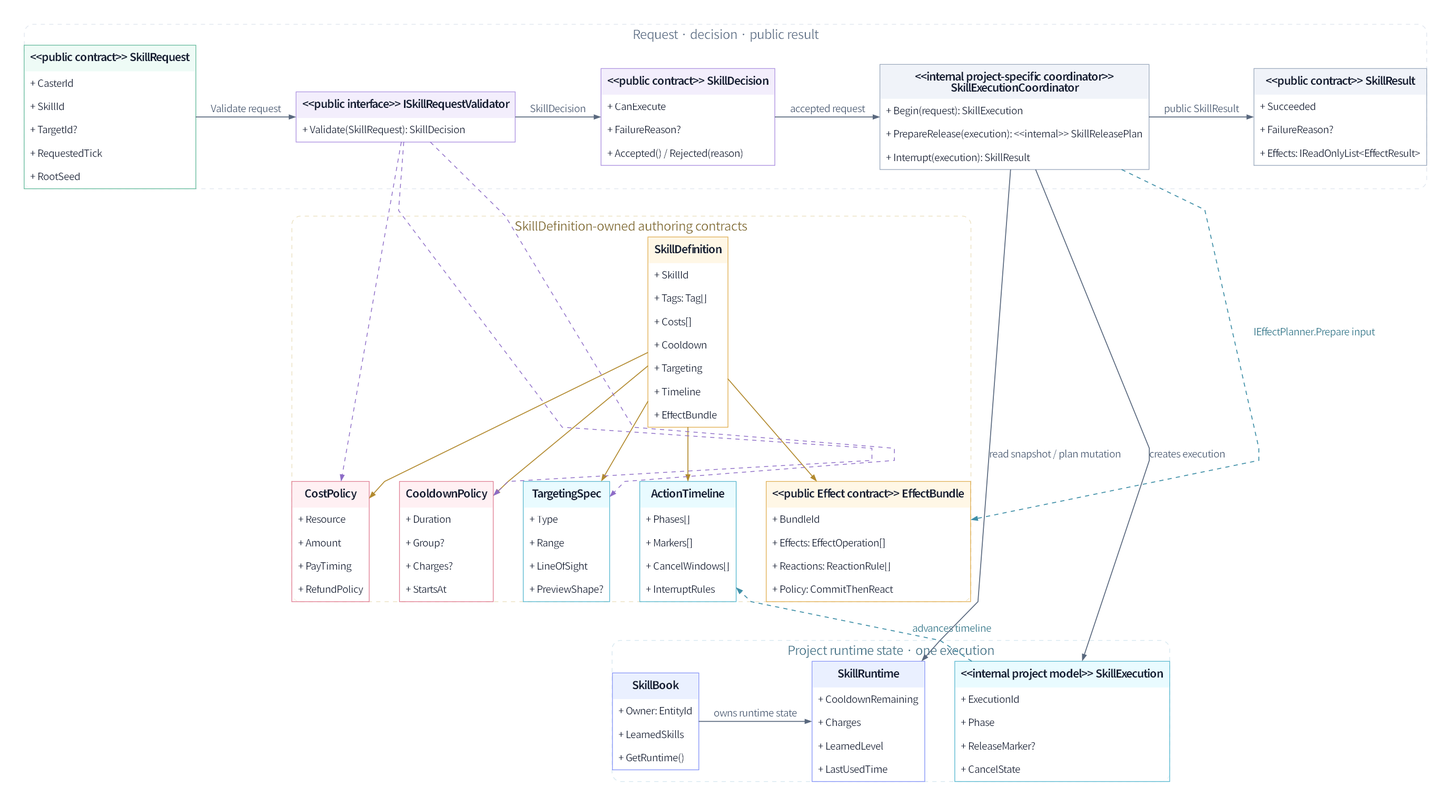
Earlier version of the Graphviz export assets/diagrams/17_skill_core_class_diagram.png (JY-LemongO/game-system-framework-knowledge-site). Its source is kept beside it as source/diagrams/17_skill_core_class_diagram.dot.
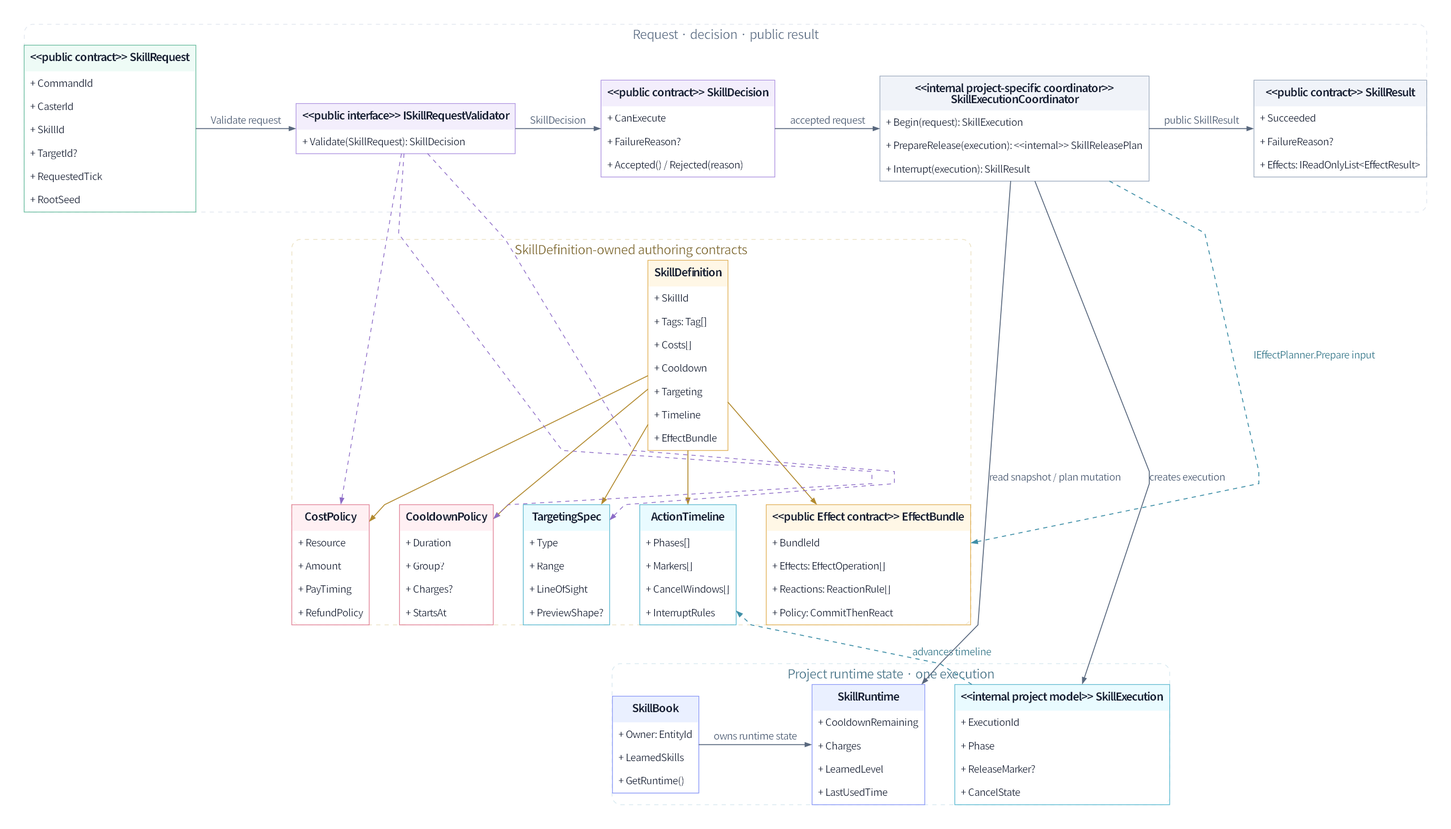
After the change.

The edit, as a diff of the source:
```diff
@@ -27,7 +27,7 @@
   SkillRequest [shape=plain, label=<
 <TABLE BORDER="1" CELLBORDER="0" CELLPADDING="8" CELLSPACING="0" COLOR="#61b99a">
 <TR><TD BGCOLOR="#eefbf6"><B><FONT POINT-SIZE="16">&lt;&lt;public contract&gt;&gt; SkillRequest</FONT></B></TD></TR>
-<TR><TD ALIGN="LEFT">+ CasterId</TD></TR><TR><TD ALIGN="LEFT">+ SkillId</TD></TR><TR><TD ALIGN="LEFT">+ TargetId?</TD></TR><TR><TD ALIGN="LEFT">+ RequestedTick</TD></TR><TR><TD ALIGN="LEFT">+ RootSeed</TD></TR>
+<TR><TD ALIGN="LEFT">+ CommandId</TD></TR><TR><TD ALIGN="LEFT">+ CasterId</TD></TR><TR><TD ALIGN="LEFT">+ SkillId</TD></TR><TR><TD ALIGN="LEFT">+ TargetId?</TD></TR><TR><TD ALIGN="LEFT">+ RequestedTick</TD></TR><TR><TD ALIGN="LEFT">+ RootSeed</TD></TR>
 </TABLE>>];
   SkillValidator [shape=plain, label=<
 <TABLE BORDER="1" CELLBORDER="0" CELLPADDING="8" CELLSPACING="0" COLOR="#ab8fe0">
```
